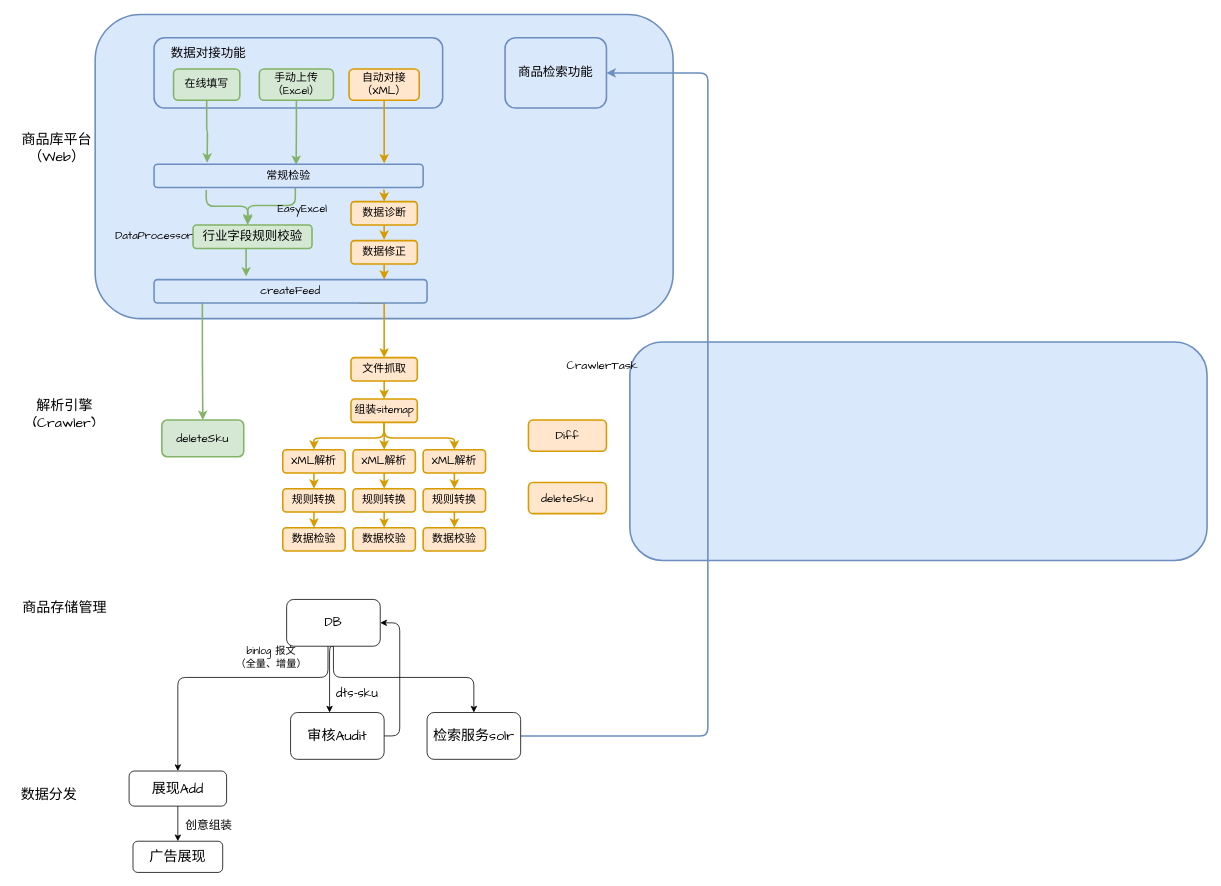
This is page "商品库流程" (6 of 6) of draw.io/dpa.drawio from Jstarfish/picBed, a draw.io file, before an edit. Source tidied: cells renumbered, new cells numbered last; positions are measured from the earlier drawing's top-left corner, leaving out a move shared by most shapes. Both pictures are drawn from the tidied source at 78%, with x=0, y=0 at pixel (13, 14).
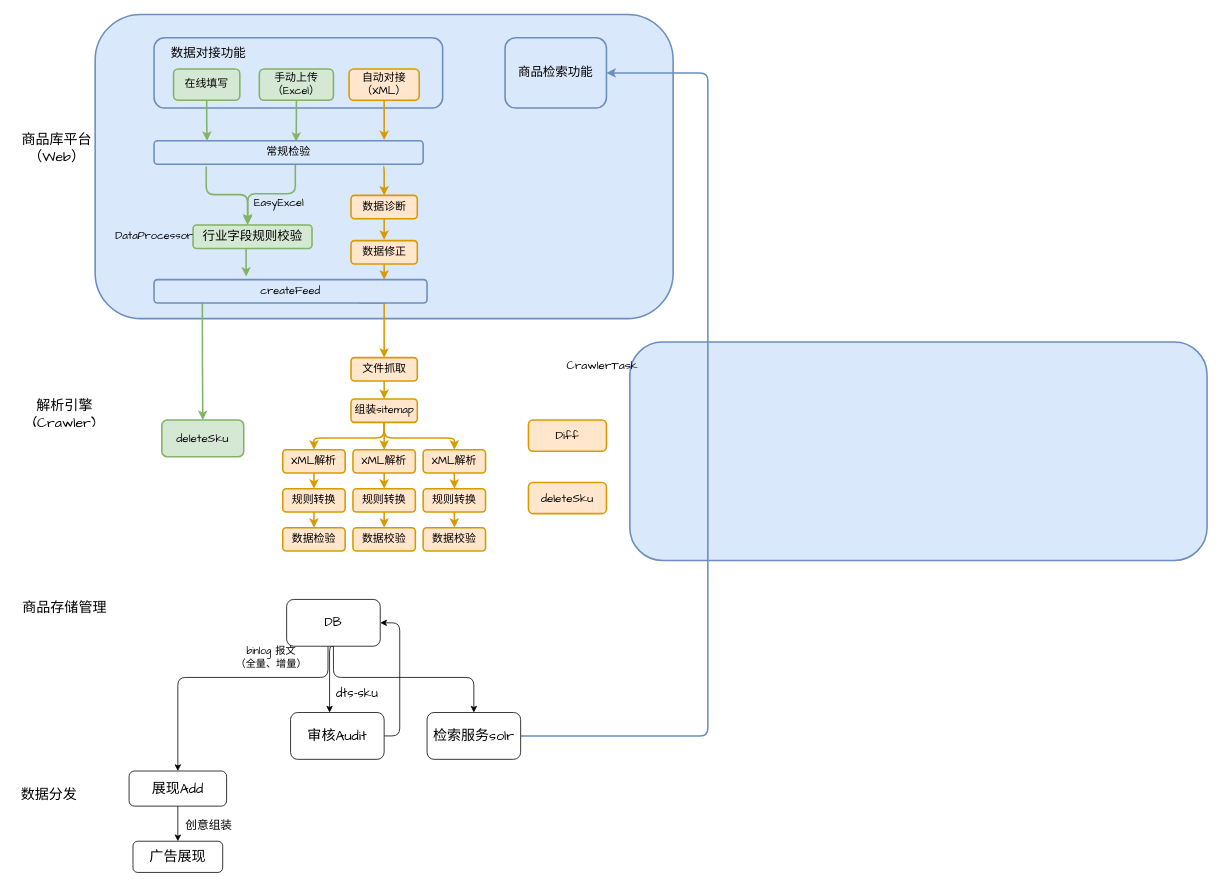
The same page after the edit.

Unchanged cells that the change refers to:
```xml
<mxCell id="29" value="&lt;font face=&quot;Comic Sans MS&quot; style=&quot;font-size: 14px&quot;&gt;在线填写&lt;/font&gt;" style="whiteSpace=wrap;html=1;fillColor=#d5e8d4;strokeColor=#82b366;strokeWidth=2;rounded=1;" parent="1" vertex="1">
  <mxGeometry x="205" y="70" width="85" height="40" as="geometry" />
</mxCell>
```

Change to the diagram source:
```diff
@@
-    <mxCell id="28" style="edgeStyle=orthogonalEdgeStyle;jettySize=auto;html=1;exitX=0.5;exitY=1;exitDx=0;exitDy=0;strokeWidth=2;fillColor=#d5e8d4;strokeColor=#82b366;" parent="1" edge="1" source="29">
-      <mxGeometry relative="1" as="geometry">
-        <mxPoint x="248" y="190" as="targetPoint" />
-      </mxGeometry>
+    <mxCell id="28" style="edgeStyle=orthogonalEdgeStyle;jettySize=auto;html=1;exitX=0.5;exitY=1;exitDx=0;exitDy=0;strokeWidth=2;fillColor=#d5e8d4;strokeColor=#82b366;entryX=0.197;entryY=0;entryDx=0;entryDy=0;entryPerimeter=0;" parent="1" edge="1" source="29" target="44">
+      <mxGeometry relative="1" as="geometry" />
     </mxCell>
@@
     <mxCell id="32" value="&lt;font style=&quot;font-size: 14px&quot; face=&quot;Comic Sans MS&quot;&gt;数据诊断&lt;/font&gt;" style="whiteSpace=wrap;html=1;strokeWidth=2;fillColor=#ffe6cc;strokeColor=#d79b00;rounded=1;" parent="1" vertex="1">
-      <mxGeometry x="432.5" y="240" width="85" height="30" as="geometry" />
+      <mxGeometry x="432.5" y="232" width="85" height="30" as="geometry" />
     </mxCell>
@@
     <mxCell id="41" style="edgeStyle=orthogonalEdgeStyle;jettySize=auto;html=1;exitX=0.525;exitY=1;exitDx=0;exitDy=0;strokeWidth=2;exitPerimeter=0;fillColor=#d5e8d4;strokeColor=#82b366;" parent="1" edge="1" source="44">
       <mxGeometry relative="1" as="geometry">
         <mxPoint x="300" y="268" as="targetPoint" />
         <Array as="points">
-          <mxPoint x="361" y="245" />
-          <mxPoint x="300" y="245" />
+          <mxPoint x="361" y="230" />
+          <mxPoint x="300" y="230" />
         </Array>
       </mxGeometry>
     </mxCell>
     <mxCell id="42" style="edgeStyle=orthogonalEdgeStyle;jettySize=auto;html=1;exitX=0.194;exitY=1.1;exitDx=0;exitDy=0;strokeWidth=2;exitPerimeter=0;fillColor=#d5e8d4;strokeColor=#82b366;" parent="1" edge="1" source="44">
       <mxGeometry relative="1" as="geometry">
         <mxPoint x="300" y="270" as="targetPoint" />
+        <Array as="points">
+          <mxPoint x="247" y="231" />
+          <mxPoint x="300" y="231" />
+        </Array>
       </mxGeometry>
     </mxCell>
     <mxCell id="43" style="edgeStyle=orthogonalEdgeStyle;jettySize=auto;html=1;exitX=0.852;exitY=1.1;exitDx=0;exitDy=0;entryX=0.5;entryY=0;entryDx=0;entryDy=0;strokeWidth=2;exitPerimeter=0;fillColor=#ffe6cc;strokeColor=#d79b00;" parent="1" edge="1" source="44" target="32">
-      <mxGeometry relative="1" as="geometry" />
+      <mxGeometry relative="1" as="geometry">
+        <Array as="points">
+          <mxPoint x="475" y="195" />
+        </Array>
+      </mxGeometry>
     </mxCell>
     <mxCell id="44" value="&lt;font style=&quot;font-size: 14px&quot; face=&quot;Comic Sans MS&quot;&gt;常规检验&lt;/font&gt;" style="whiteSpace=wrap;html=1;fillColor=#dae8fc;strokeColor=#6c8ebf;strokeWidth=2;rounded=1;" parent="1" vertex="1">
-      <mxGeometry x="180" y="192" width="345" height="30" as="geometry" />
+      <mxGeometry x="180" y="162" width="345" height="30" as="geometry" />
     </mxCell>
@@
     <mxCell id="70" value="&lt;span style=&quot;font-family: &amp;#34;comic sans ms&amp;#34; ; font-size: 14px&quot;&gt;EasyExcel&lt;/span&gt;" style="text;html=1;align=center;verticalAlign=middle;rounded=1;" parent="1" vertex="1">
-      <mxGeometry x="330" y="240" width="80" height="20" as="geometry" />
+      <mxGeometry x="300" y="232" width="80" height="20" as="geometry" />
     </mxCell>
```
